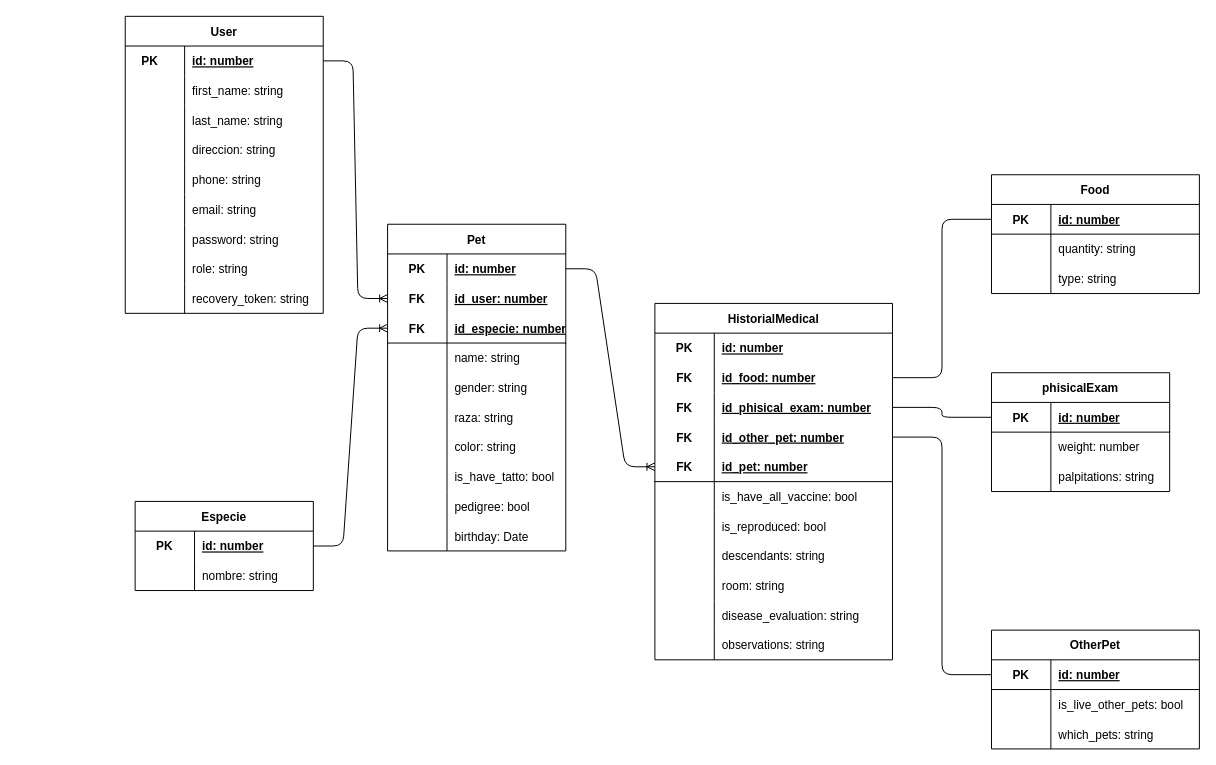
Before: db-diagram.drawio in fabio248/dsi-backend, a draw.io diagram. Source tidied: cells renumbered, new cells numbered last; positions are measured from the earlier drawing's top-left corner, leaving out a move shared by most shapes. Both pictures are drawn from the tidied source at 99%, with x=0, y=0 at pixel (125, 16).
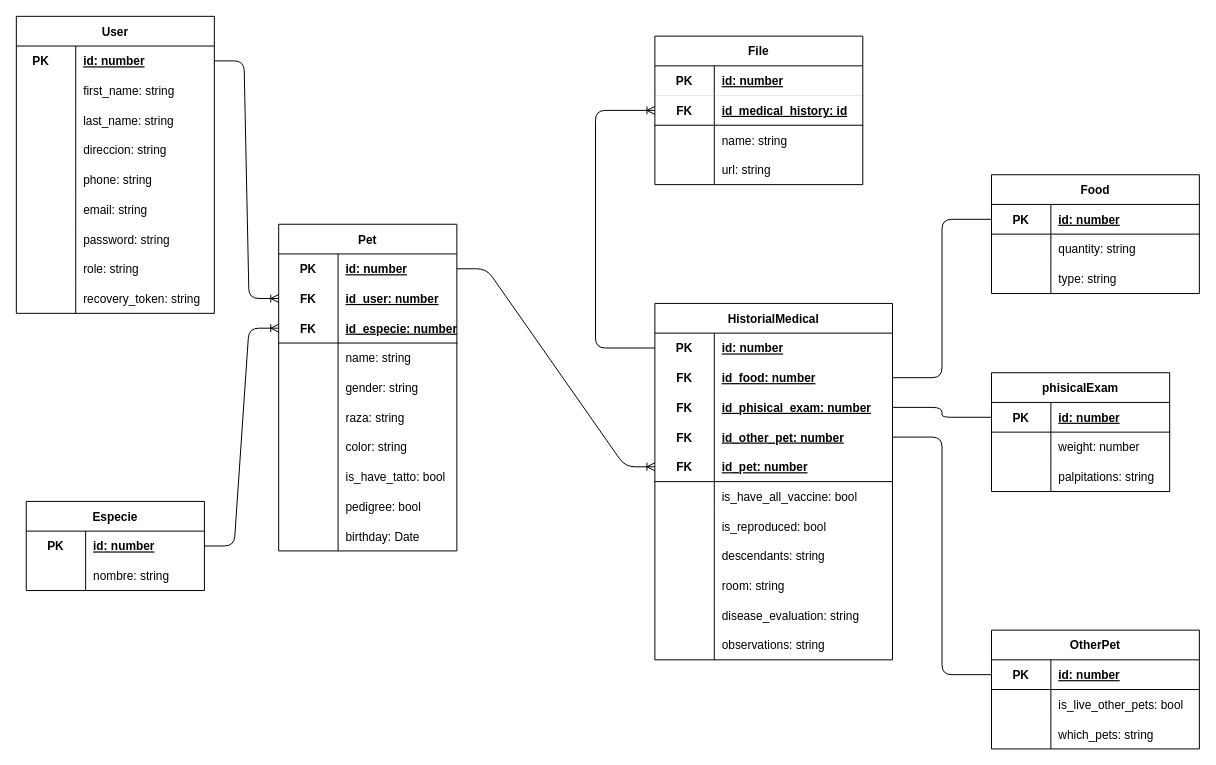
The same diagram, later.

The change refers to these unchanged cells:
```xml
<mxCell id="71" style="shape=tableRow;horizontal=0;startSize=0;swimlaneHead=0;swimlaneBody=0;fillColor=none;points=[[0,0.5],[1,0.5]];portConstraint=eastwest;top=0;left=0;right=0;bottom=0;" parent="70" vertex="1">
  <mxGeometry y="30" width="240" height="30" as="geometry" />
</mxCell>
```

What changed in the source:
```diff
@@
     <mxCell id="2" value="User" style="shape=table;startSize=30;childLayout=tableLayout;rowLines=0;fontStyle=1;align=center;" parent="1" vertex="1">
-      <mxGeometry width="200" height="300" as="geometry" />
+      <mxGeometry x="-110" width="200" height="300" as="geometry" />
     </mxCell>
@@
     <mxCell id="30" value="Pet" style="shape=table;startSize=30;childLayout=tableLayout;rowLines=0;fontStyle=1;align=center;" parent="1" vertex="1">
-      <mxGeometry x="265" y="210" width="180" height="330" as="geometry" />
+      <mxGeometry x="155" y="210" width="180" height="330" as="geometry" />
     </mxCell>
@@
     <mxCell id="61" value="Especie" style="shape=table;startSize=30;childLayout=tableLayout;rowLines=0;fontStyle=1;align=center;" parent="1" vertex="1">
-      <mxGeometry x="10" y="490" width="180" height="90" as="geometry" />
+      <mxGeometry x="-100" y="490" width="180" height="90" as="geometry" />
     </mxCell>
@@
+    <mxCell id="138" value="File" style="shape=table;startSize=30;childLayout=tableLayout;rowLines=0;fontStyle=1;align=center;" parent="1" vertex="1">
+      <mxGeometry x="535" y="20" width="210" height="150" as="geometry" />
+    </mxCell>
+    <mxCell id="139" style="shape=tableRow;horizontal=0;startSize=0;swimlaneHead=0;swimlaneBody=0;fillColor=none;top=0;left=0;right=0;bottom=1;strokeWidth=0;" parent="138" vertex="1">
+      <mxGeometry y="30" width="210" height="30" as="geometry" />
+    </mxCell>
+    <mxCell id="140" value="PK" style="shape=partialRectangle;fillColor=none;top=0;left=0;bottom=0;right=0;fontStyle=1;overflow=hidden;" parent="139" vertex="1">
+      <mxGeometry width="60" height="30" as="geometry" />
+    </mxCell>
+    <mxCell id="141" value="id: number" style="shape=partialRectangle;fillColor=none;top=0;left=0;bottom=0;right=0;align=left;spacingLeft=6;fontStyle=5;overflow=hidden;" parent="139" vertex="1">
+      <mxGeometry x="60" width="150" height="30" as="geometry" />
+    </mxCell>
+    <mxCell id="142" style="shape=tableRow;horizontal=0;startSize=0;swimlaneHead=0;swimlaneBody=0;fillColor=none;points=[[0,0.5],[1,0.5]];portConstraint=eastwest;top=0;left=0;right=0;bottom=1;" parent="138" vertex="1">
+      <mxGeometry y="60" width="210" height="30" as="geometry" />
+    </mxCell>
+    <mxCell id="143" value="FK" style="shape=partialRectangle;fillColor=none;top=0;left=0;bottom=0;right=0;fontStyle=1;overflow=hidden;" parent="142" vertex="1">
+      <mxGeometry width="60" height="30" as="geometry" />
+    </mxCell>
+    <mxCell id="144" value="id_medical_history: id" style="shape=partialRectangle;fillColor=none;top=0;left=0;bottom=0;right=0;align=left;spacingLeft=6;fontStyle=5;overflow=hidden;" parent="142" vertex="1">
+      <mxGeometry x="60" width="150" height="30" as="geometry" />
+    </mxCell>
+    <mxCell id="145" style="shape=tableRow;horizontal=0;startSize=0;swimlaneHead=0;swimlaneBody=0;fillColor=none;top=0;left=0;right=0;bottom=0;" parent="138" vertex="1">
+      <mxGeometry y="90" width="210" height="30" as="geometry" />
+    </mxCell>
+    <mxCell id="146" style="shape=partialRectangle;fillColor=none;top=0;left=0;bottom=0;right=0;overflow=hidden;" parent="145" vertex="1">
+      <mxGeometry width="60" height="30" as="geometry" />
+    </mxCell>
+    <mxCell id="147" value="name: string" style="shape=partialRectangle;fillColor=none;top=0;left=0;bottom=0;right=0;align=left;spacingLeft=6;overflow=hidden;" parent="145" vertex="1">
+      <mxGeometry x="60" width="150" height="30" as="geometry" />
+    </mxCell>
+    <mxCell id="148" style="shape=tableRow;horizontal=0;startSize=0;swimlaneHead=0;swimlaneBody=0;fillColor=none;top=0;left=0;right=0;bottom=0;" parent="138" vertex="1">
+      <mxGeometry y="120" width="210" height="30" as="geometry" />
+    </mxCell>
+    <mxCell id="149" style="shape=partialRectangle;fillColor=none;top=0;left=0;bottom=0;right=0;overflow=hidden;" parent="148" vertex="1">
+      <mxGeometry width="60" height="30" as="geometry" />
+    </mxCell>
+    <mxCell id="150" value="url: string" style="shape=partialRectangle;fillColor=none;top=0;left=0;bottom=0;right=0;align=left;spacingLeft=6;overflow=hidden;" parent="148" vertex="1">
+      <mxGeometry x="60" width="150" height="30" as="geometry" />
+    </mxCell>
+    <mxCell id="151" style="edgeStyle=orthogonalEdgeStyle;fontSize=12;html=1;endArrow=ERoneToMany;exitX=0;exitY=0.5;exitDx=0;exitDy=0;entryX=0;entryY=0.5;entryDx=0;entryDy=0;" parent="1" edge="1" source="71" target="142">
+      <mxGeometry relative="1" as="geometry">
+        <Array as="points">
+          <mxPoint x="475" y="335" />
+          <mxPoint x="475" y="95" />
+        </Array>
+      </mxGeometry>
+    </mxCell>
```
